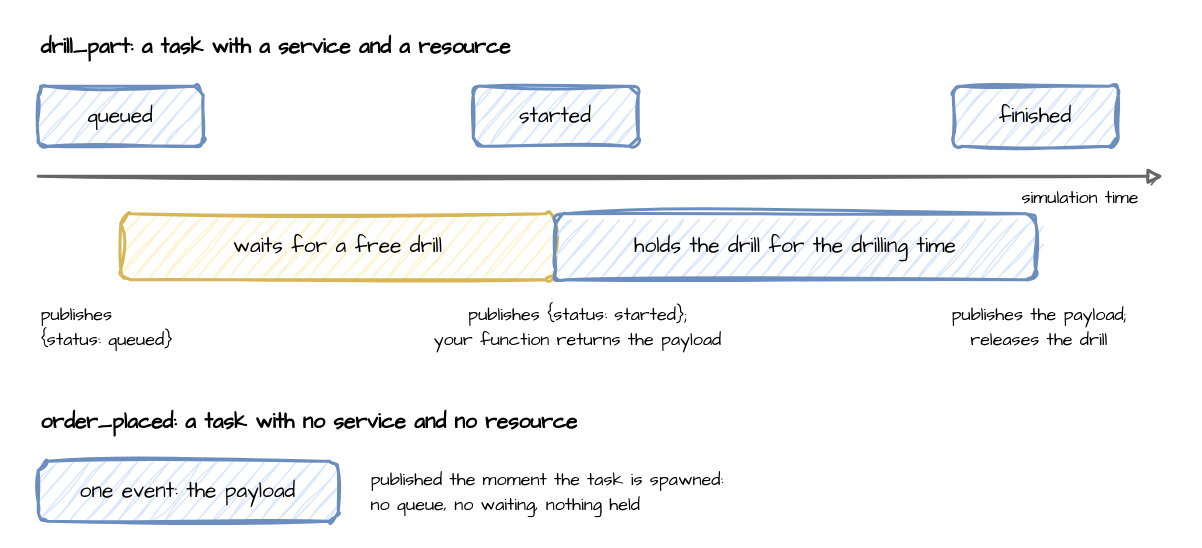
This is docs/assets/diagrams/task-lifecycle.drawio from jaehyeon-kim/desflow, a draw.io file, before an edit. Source tidied: cells renumbered, new cells numbered last; positions are measured from the earlier drawing's top-left corner, leaving out a move shared by most shapes. Both pictures are drawn from the tidied source at 150%, with x=0, y=0 at pixel (38, 26).
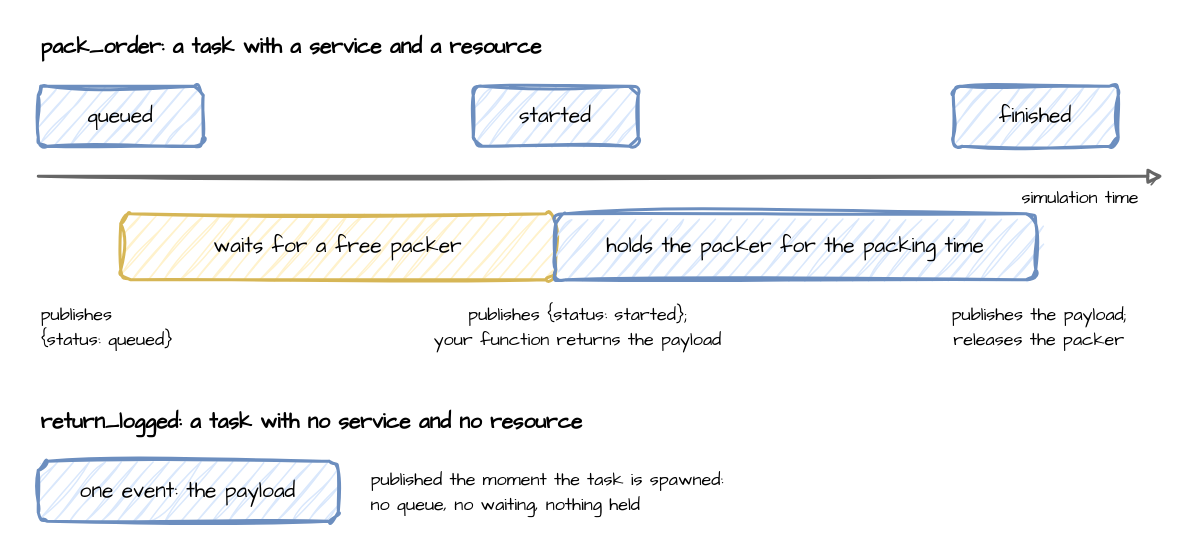
Above is the later version.

Change to the diagram source:
```diff
@@
 <mxGraphModel>
   <root>
     <mxCell id="0" />
     <mxCell id="1" parent="0" />
-    <mxCell id="2" value="drill_part: a task with a service and a resource" style="text;html=1;align=center;verticalAlign=middle;whiteSpace=wrap;html=1;sketch=1;curveFitting=1;jiggle=2;fontFamily=Comic Sans MS;fontSize=14;align=left;fontStyle=1;" parent="1" vertex="1">
+    <mxCell id="2" value="pack_order: a task with a service and a resource" style="text;html=1;align=center;verticalAlign=middle;whiteSpace=wrap;html=1;sketch=1;curveFitting=1;jiggle=2;fontFamily=Comic Sans MS;fontSize=14;align=left;fontStyle=1;" parent="1" vertex="1">
       <mxGeometry width="600" height="28" as="geometry" />
     </mxCell>
     <mxCell id="3" value="queued" style="rounded=1;whiteSpace=wrap;html=1;sketch=1;curveFitting=1;jiggle=2;fontFamily=Comic Sans MS;fontSize=14;fillColor=#dae8fc;strokeColor=#6c8ebf;strokeWidth=2;" parent="1" vertex="1">
       <mxGeometry y="40" width="110" height="40" as="geometry" />
     </mxCell>
     <mxCell id="4" value="started" style="rounded=1;whiteSpace=wrap;html=1;sketch=1;curveFitting=1;jiggle=2;fontFamily=Comic Sans MS;fontSize=14;fillColor=#dae8fc;strokeColor=#6c8ebf;strokeWidth=2;" parent="1" vertex="1">
       <mxGeometry x="290" y="40" width="110" height="40" as="geometry" />
     </mxCell>
     <mxCell id="5" value="finished" style="rounded=1;whiteSpace=wrap;html=1;sketch=1;curveFitting=1;jiggle=2;fontFamily=Comic Sans MS;fontSize=14;fillColor=#dae8fc;strokeColor=#6c8ebf;strokeWidth=2;" parent="1" vertex="1">
       <mxGeometry x="610" y="40" width="110" height="40" as="geometry" />
     </mxCell>
     <mxCell id="6" style="sketch=1;html=1;strokeWidth=2;endArrow=block;strokeColor=#666666;" parent="1" edge="1">
       <mxGeometry relative="1" as="geometry">
         <mxPoint y="100" as="sourcePoint" />
         <mxPoint x="750" y="100" as="targetPoint" />
       </mxGeometry>
     </mxCell>
     <mxCell id="7" value="&lt;font style='font-size:12px'&gt;simulation time&lt;/font&gt;" style="text;html=1;align=center;verticalAlign=middle;whiteSpace=wrap;html=1;sketch=1;curveFitting=1;jiggle=2;fontFamily=Comic Sans MS;fontSize=14;" parent="1" vertex="1">
       <mxGeometry x="640" y="104" width="110" height="20" as="geometry" />
     </mxCell>
-    <mxCell id="8" value="waits for a free drill" style="rounded=1;whiteSpace=wrap;html=1;sketch=1;curveFitting=1;jiggle=2;fontFamily=Comic Sans MS;fontSize=14;fillColor=#fff2cc;strokeColor=#d6b656;strokeWidth=2;" parent="1" vertex="1">
+    <mxCell id="8" value="waits for a free packer" style="rounded=1;whiteSpace=wrap;html=1;sketch=1;curveFitting=1;jiggle=2;fontFamily=Comic Sans MS;fontSize=14;fillColor=#fff2cc;strokeColor=#d6b656;strokeWidth=2;" parent="1" vertex="1">
       <mxGeometry x="55" y="125" width="290" height="44" as="geometry" />
     </mxCell>
-    <mxCell id="9" value="holds the drill for the drilling time" style="rounded=1;whiteSpace=wrap;html=1;sketch=1;curveFitting=1;jiggle=2;fontFamily=Comic Sans MS;fontSize=14;fillColor=#dae8fc;strokeColor=#6c8ebf;strokeWidth=2;" parent="1" vertex="1">
+    <mxCell id="9" value="holds the packer for the packing time" style="rounded=1;whiteSpace=wrap;html=1;sketch=1;curveFitting=1;jiggle=2;fontFamily=Comic Sans MS;fontSize=14;fillColor=#dae8fc;strokeColor=#6c8ebf;strokeWidth=2;" parent="1" vertex="1">
       <mxGeometry x="345" y="125" width="320" height="44" as="geometry" />
     </mxCell>
     <mxCell id="10" value="&lt;font style='font-size:12px'&gt;publishes&lt;br&gt;{status: queued}&lt;/font&gt;" style="text;html=1;align=center;verticalAlign=middle;whiteSpace=wrap;html=1;sketch=1;curveFitting=1;jiggle=2;fontFamily=Comic Sans MS;fontSize=14;align=left;" parent="1" vertex="1">
       <mxGeometry y="180" width="130" height="40" as="geometry" />
     </mxCell>
     <mxCell id="11" value="&lt;font style='font-size:12px'&gt;publishes {status: started};&lt;br&gt;your function returns the payload&lt;/font&gt;" style="text;html=1;align=center;verticalAlign=middle;whiteSpace=wrap;html=1;sketch=1;curveFitting=1;jiggle=2;fontFamily=Comic Sans MS;fontSize=14;" parent="1" vertex="1">
       <mxGeometry x="250" y="180" width="220" height="40" as="geometry" />
     </mxCell>
-    <mxCell id="12" value="&lt;font style='font-size:12px'&gt;publishes the payload;&lt;br&gt;releases the drill&lt;/font&gt;" style="text;html=1;align=center;verticalAlign=middle;whiteSpace=wrap;html=1;sketch=1;curveFitting=1;jiggle=2;fontFamily=Comic Sans MS;fontSize=14;" parent="1" vertex="1">
+    <mxCell id="12" value="&lt;font style='font-size:12px'&gt;publishes the payload;&lt;br&gt;releases the packer&lt;/font&gt;" style="text;html=1;align=center;verticalAlign=middle;whiteSpace=wrap;html=1;sketch=1;curveFitting=1;jiggle=2;fontFamily=Comic Sans MS;fontSize=14;" parent="1" vertex="1">
       <mxGeometry x="585" y="180" width="165" height="40" as="geometry" />
     </mxCell>
-    <mxCell id="13" value="order_placed: a task with no service and no resource" style="text;html=1;align=center;verticalAlign=middle;whiteSpace=wrap;html=1;sketch=1;curveFitting=1;jiggle=2;fontFamily=Comic Sans MS;fontSize=14;align=left;fontStyle=1;" parent="1" vertex="1">
+    <mxCell id="13" value="return_logged: a task with no service and no resource" style="text;html=1;align=center;verticalAlign=middle;whiteSpace=wrap;html=1;sketch=1;curveFitting=1;jiggle=2;fontFamily=Comic Sans MS;fontSize=14;align=left;fontStyle=1;" parent="1" vertex="1">
       <mxGeometry y="250" width="600" height="28" as="geometry" />
     </mxCell>
     <mxCell id="14" value="one event: the payload" style="rounded=1;whiteSpace=wrap;html=1;sketch=1;curveFitting=1;jiggle=2;fontFamily=Comic Sans MS;fontSize=14;fillColor=#dae8fc;strokeColor=#6c8ebf;strokeWidth=2;" parent="1" vertex="1">
       <mxGeometry y="290" width="200" height="40" as="geometry" />
     </mxCell>
     <mxCell id="15" value="&lt;font style='font-size:12px'&gt;published the moment the task is spawned:&lt;br&gt;no queue, no waiting, nothing held&lt;/font&gt;" style="text;html=1;align=center;verticalAlign=middle;whiteSpace=wrap;html=1;sketch=1;curveFitting=1;jiggle=2;fontFamily=Comic Sans MS;fontSize=14;align=left;" parent="1" vertex="1">
       <mxGeometry x="220" y="290" width="330" height="40" as="geometry" />
     </mxCell>
   </root>
 </mxGraphModel>
```
